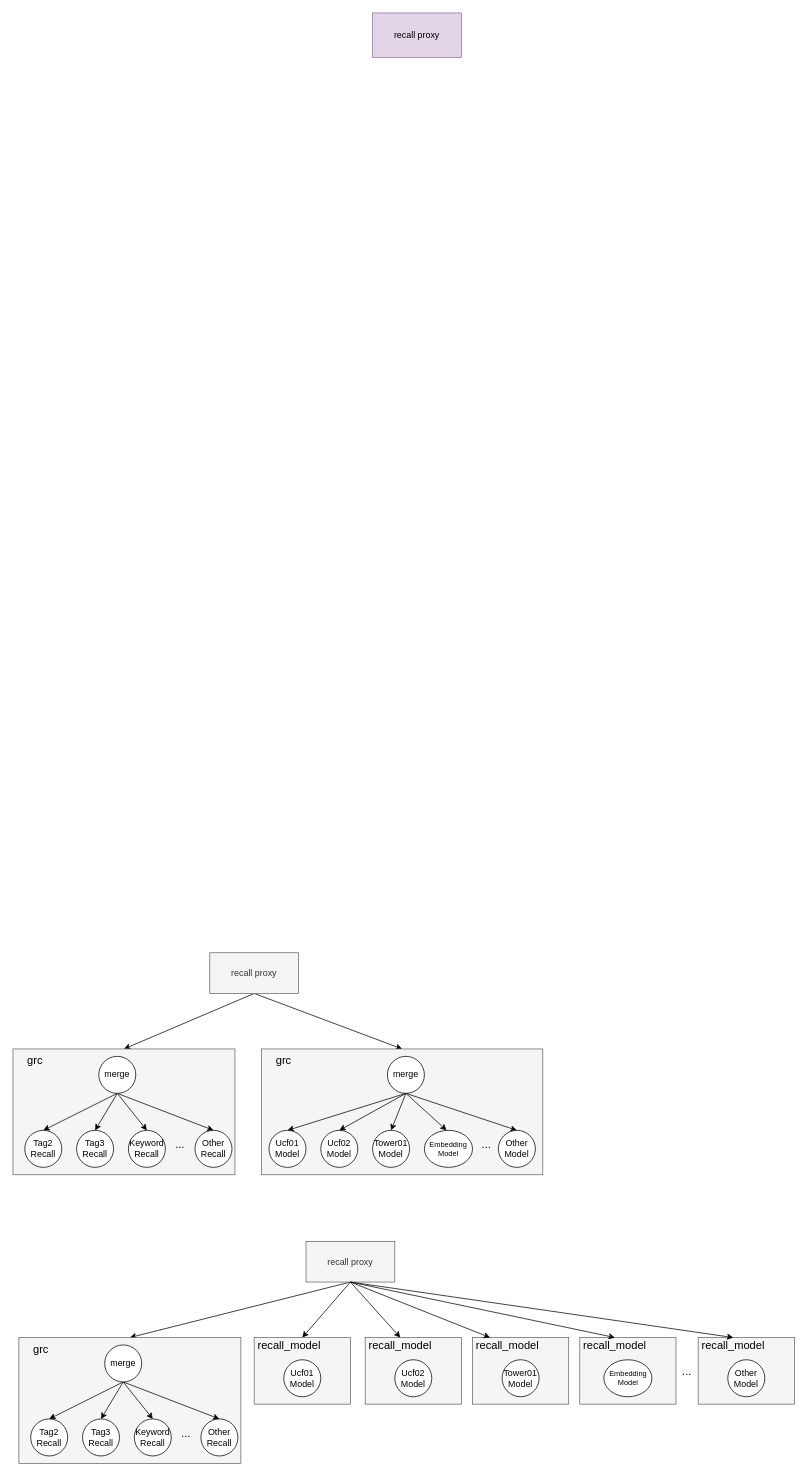
Before: 召回服务架构统一.drawio in yantao006/draw_io, a draw.io diagram. Source tidied: cells renumbered, new cells numbered last; positions are measured from the earlier drawing's top-left corner, leaving out a move shared by most shapes. Both pictures are drawn from the tidied source at 74%, with x=0, y=0 at pixel (13, 13).
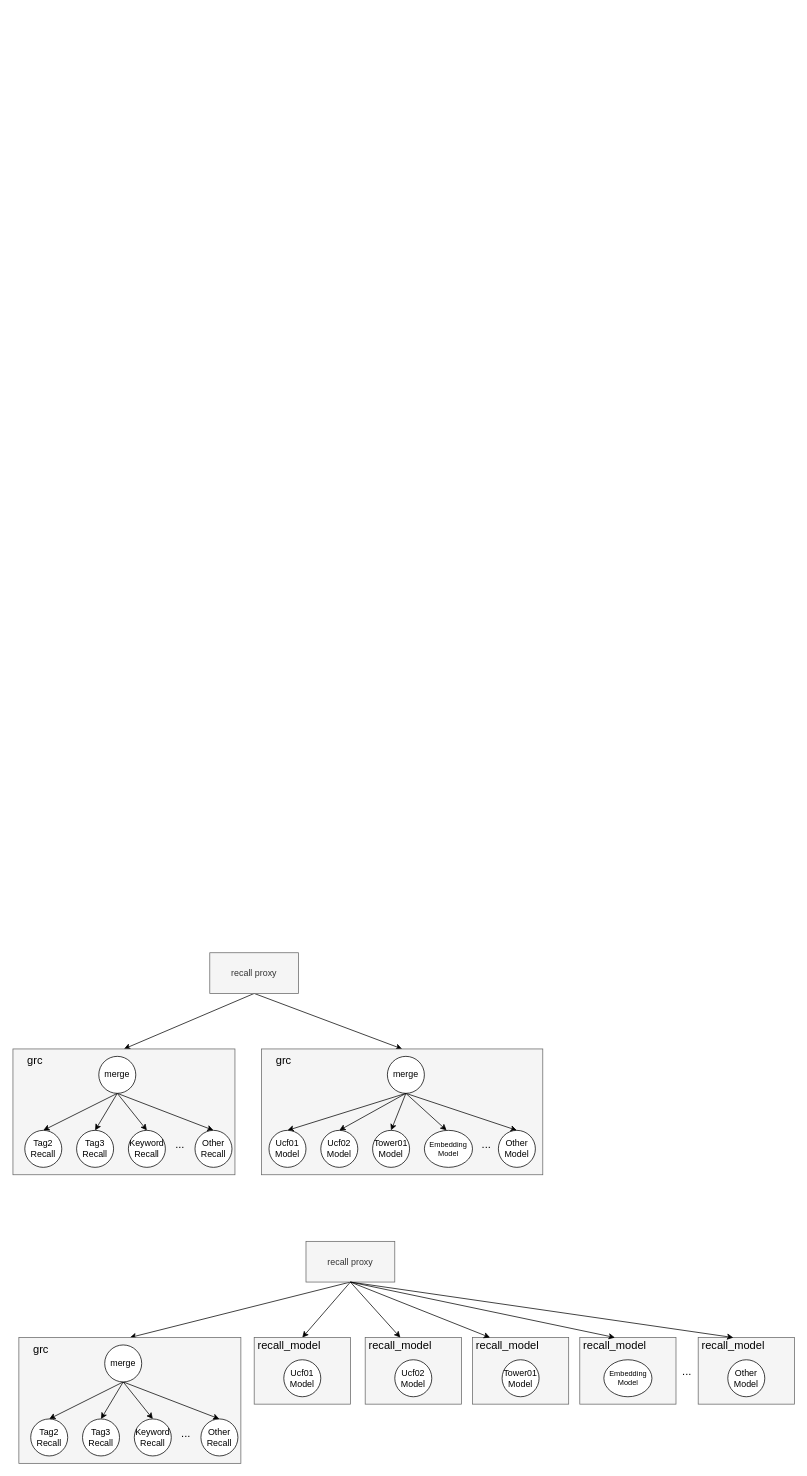
Above is the later version.

Commit message (it also covers changes not shown here):
Update 召回服务架构统一.drawio

Change to the diagram source:
```diff
@@
-    <mxCell id="2" value="recall proxy" style="rounded=0;whiteSpace=wrap;html=1;fillColor=#e1d5e7;strokeColor=#9673a6;" parent="1" vertex="1">
-      <mxGeometry x="486" width="120" height="60" as="geometry" />
-    </mxCell>
```
